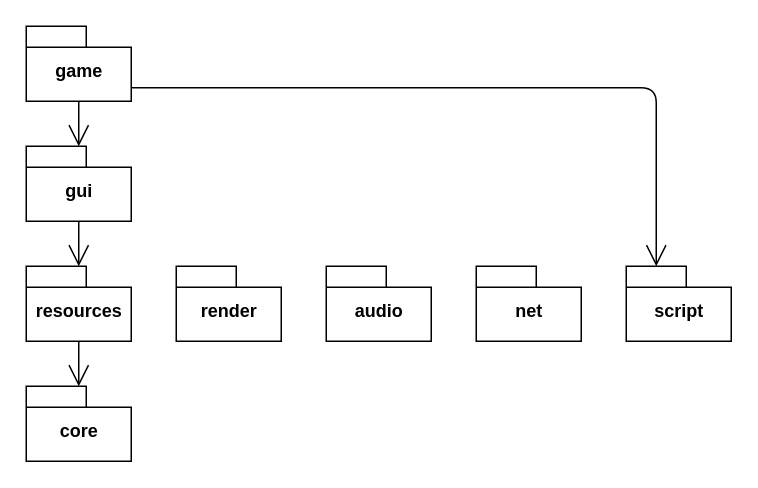
seedhartha/reone keeps this draw.io diagram as doc/classes.drawio. Above is the earlier version. Source tidied: cells renumbered, new cells numbered last; positions are measured from the earlier drawing's top-left corner, leaving out a move shared by most shapes. Both pictures are drawn from the tidied source at 150%, with x=0, y=0 at pixel (26, 26).
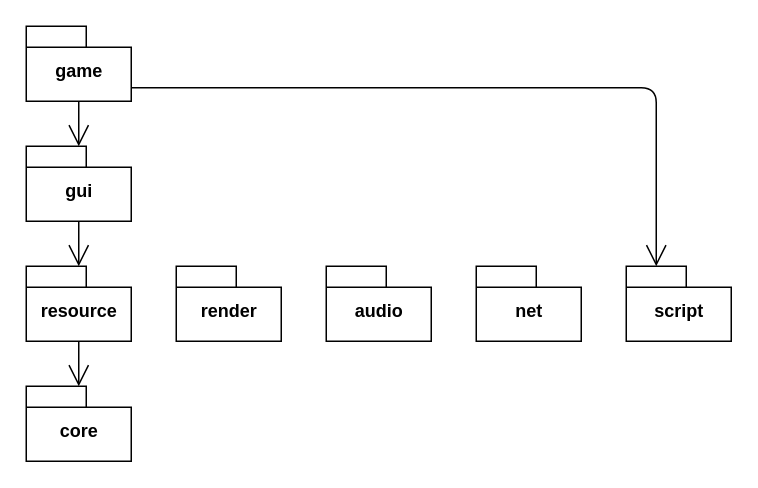
Above is the later version.

Commit message:
doc: Rename resources namespace to resource in the diagram

[ci skip]

The edit, as a diff of the source:
```diff
@@
 <mxGraphModel>
   <root>
     <mxCell id="0" />
     <mxCell id="1" parent="0" />
     <mxCell id="2" value="core" style="shape=folder;fontStyle=1;spacingTop=10;tabWidth=40;tabHeight=14;tabPosition=left;html=1;" parent="1" vertex="1">
       <mxGeometry y="240" width="70" height="50" as="geometry" />
     </mxCell>
-    <mxCell id="3" value="resources" style="shape=folder;fontStyle=1;spacingTop=10;tabWidth=40;tabHeight=14;tabPosition=left;html=1;" parent="1" vertex="1">
+    <mxCell id="3" value="resource" style="shape=folder;fontStyle=1;spacingTop=10;tabWidth=40;tabHeight=14;tabPosition=left;html=1;" parent="1" vertex="1">
       <mxGeometry y="160" width="70" height="50" as="geometry" />
     </mxCell>
     <mxCell id="4" value="render" style="shape=folder;fontStyle=1;spacingTop=10;tabWidth=40;tabHeight=14;tabPosition=left;html=1;" parent="1" vertex="1">
       <mxGeometry x="100" y="160" width="70" height="50" as="geometry" />
     </mxCell>
     <mxCell id="5" value="audio" style="shape=folder;fontStyle=1;spacingTop=10;tabWidth=40;tabHeight=14;tabPosition=left;html=1;" parent="1" vertex="1">
       <mxGeometry x="200" y="160" width="70" height="50" as="geometry" />
     </mxCell>
     <mxCell id="6" value="net" style="shape=folder;fontStyle=1;spacingTop=10;tabWidth=40;tabHeight=14;tabPosition=left;html=1;" parent="1" vertex="1">
       <mxGeometry x="300" y="160" width="70" height="50" as="geometry" />
     </mxCell>
     <mxCell id="7" value="game" style="shape=folder;fontStyle=1;spacingTop=10;tabWidth=40;tabHeight=14;tabPosition=left;html=1;" parent="1" vertex="1">
       <mxGeometry width="70" height="50" as="geometry" />
     </mxCell>
     <mxCell id="8" value="script" style="shape=folder;fontStyle=1;spacingTop=10;tabWidth=40;tabHeight=14;tabPosition=left;html=1;" parent="1" vertex="1">
       <mxGeometry x="400" y="160" width="70" height="50" as="geometry" />
     </mxCell>
     <mxCell id="9" value="gui" style="shape=folder;fontStyle=1;spacingTop=10;tabWidth=40;tabHeight=14;tabPosition=left;html=1;" parent="1" vertex="1">
       <mxGeometry y="80" width="70" height="50" as="geometry" />
     </mxCell>
     <mxCell id="10" style="endArrow=open;endFill=1;endSize=12;html=1;" parent="1" edge="1" source="7" target="9">
       <mxGeometry relative="1" as="geometry" />
     </mxCell>
     <mxCell id="11" style="endArrow=open;endFill=1;endSize=12;html=1;" parent="1" edge="1" source="9" target="3">
       <mxGeometry relative="1" as="geometry" />
     </mxCell>
     <mxCell id="12" style="endArrow=open;endFill=1;endSize=12;html=1;" parent="1" edge="1" source="3" target="2">
       <mxGeometry relative="1" as="geometry" />
     </mxCell>
     <mxCell id="13" style="endArrow=open;endFill=1;endSize=12;html=1;entryX=0;entryY=0;entryDx=20;entryDy=0;entryPerimeter=0;exitX=0;exitY=0;exitDx=70;exitDy=41;exitPerimeter=0;" parent="1" edge="1" source="7" target="8">
       <mxGeometry relative="1" as="geometry">
         <Array as="points">
           <mxPoint x="420" y="41" />
         </Array>
       </mxGeometry>
     </mxCell>
   </root>
 </mxGraphModel>
```
